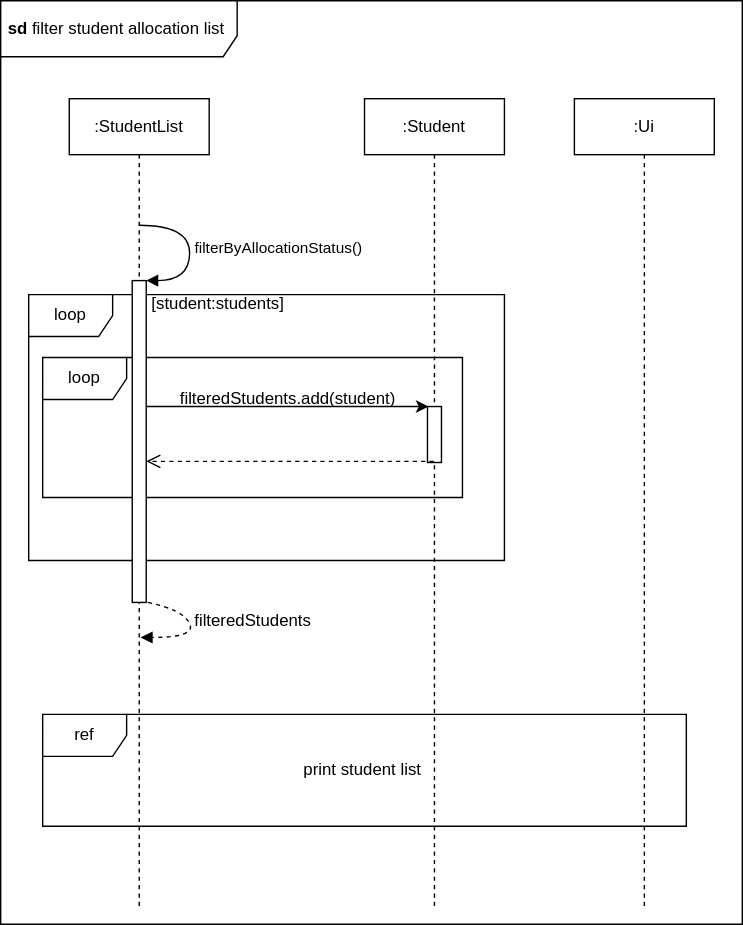
The draw.io diagram docs/UML_Diagrams/FilterStudentAllocationListsd.drawio.svg in paulktham/tp, before a commit. Source tidied: cells renumbered, new cells last; positions are measured from the earlier drawing's top-left corner, leaving out a move shared by most shapes.
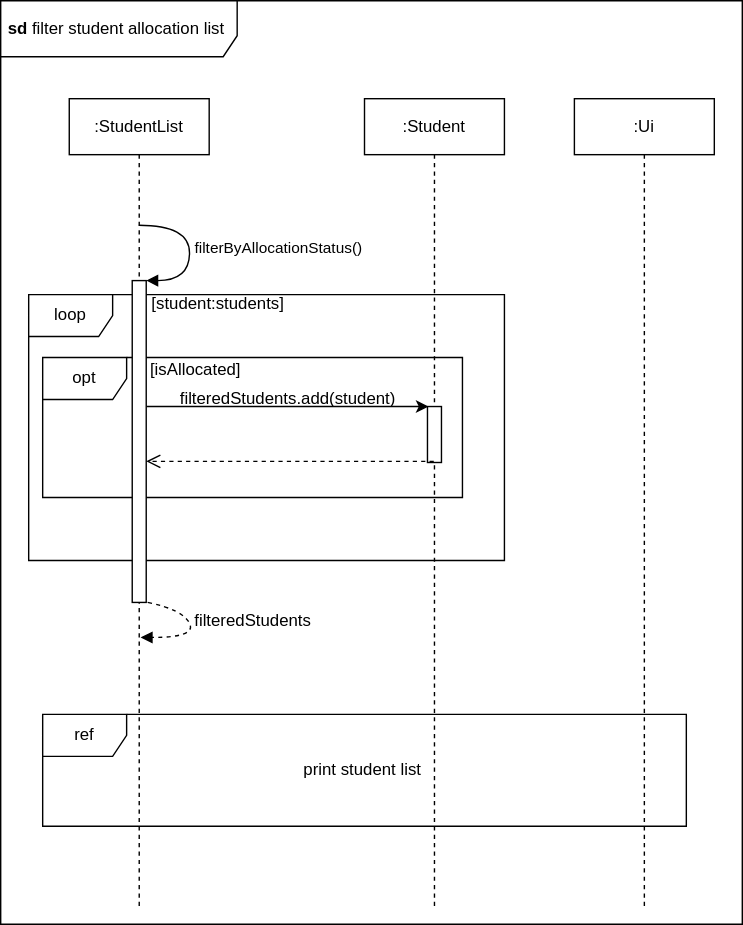
Above is the later version.

Commit message:
Add find and filter to DG

The edit, as a diff of the source:
```diff
@@ -2,7 +2,7 @@
   <root>
     <mxCell id="0" />
     <mxCell id="1" parent="0" />
-    <mxCell id="2" value="loop" style="shape=umlFrame;whiteSpace=wrap;html=1;" parent="1" vertex="1">
+    <mxCell id="2" value="opt" style="shape=umlFrame;whiteSpace=wrap;html=1;" parent="1" vertex="1">
       <mxGeometry x="30" y="255" width="300" height="100" as="geometry" />
     </mxCell>
     <mxCell id="3" value="loop" style="shape=umlFrame;whiteSpace=wrap;html=1;" parent="1" vertex="1">
@@ -73,5 +73,8 @@
     <mxCell id="18" value="filteredStudents" style="text;html=1;align=center;verticalAlign=middle;strokeColor=none;fillColor=none;" parent="1" vertex="1">
       <mxGeometry x="125" y="428" width="110" height="30" as="geometry" />
     </mxCell>
+    <mxCell id="19" value="[isAllocated]" style="text;html=1;align=center;verticalAlign=middle;strokeColor=none;fillColor=none;" parent="1" vertex="1">
+      <mxGeometry x="94" y="249" width="90" height="30" as="geometry" />
+    </mxCell>
   </root>
 </mxGraphModel>
```
